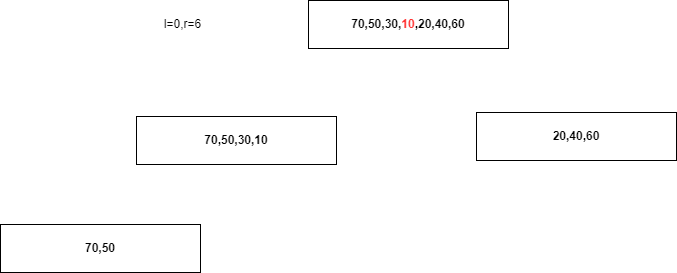
Before: 归并算法.drawio.png, a diagram exported from draw.io (wjb0823/drawio). Source tidied: cells renumbered, new cells last; positions are measured from the earlier drawing's top-left corner, leaving out a move shared by most shapes.
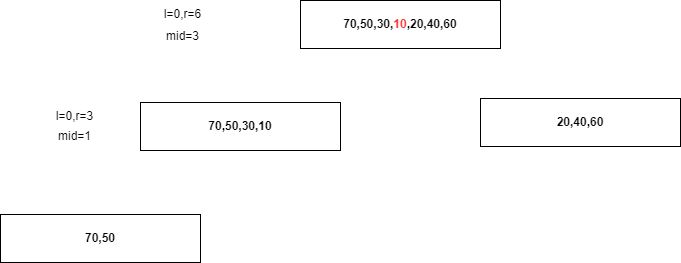
The same diagram one commit later.

Commit message:
更新归并算法.drawio.png

Diff of the diagram source:
```diff
@@ -3,13 +3,13 @@
     <mxCell id="0" />
     <mxCell id="1" parent="0" />
     <mxCell id="2" value="&lt;b&gt;70,50,30,&lt;font color=&quot;#ff3333&quot;&gt;10&lt;/font&gt;,20,40,60&lt;/b&gt;" style="rounded=0;whiteSpace=wrap;html=1;" parent="1" vertex="1">
-      <mxGeometry x="308" width="200" height="48" as="geometry" />
+      <mxGeometry x="300" y="10" width="200" height="48" as="geometry" />
     </mxCell>
     <mxCell id="3" value="&lt;b&gt;20,40,60&lt;/b&gt;" style="rounded=0;whiteSpace=wrap;html=1;" parent="1" vertex="1">
-      <mxGeometry x="476" y="112" width="200" height="48" as="geometry" />
+      <mxGeometry x="480" y="108" width="200" height="48" as="geometry" />
     </mxCell>
     <mxCell id="4" value="&lt;b&gt;70,50,30,10&lt;/b&gt;" style="rounded=0;whiteSpace=wrap;html=1;" parent="1" vertex="1">
-      <mxGeometry x="136" y="116" width="200" height="48" as="geometry" />
+      <mxGeometry x="140" y="112" width="200" height="48" as="geometry" />
     </mxCell>
     <mxCell id="5" value="&lt;b&gt;70,50&lt;/b&gt;" style="rounded=0;whiteSpace=wrap;html=1;" parent="1" vertex="1">
       <mxGeometry y="224" width="200" height="48" as="geometry" />
@@ -17,5 +17,14 @@
     <mxCell id="6" value="l=0,r=6" style="text;html=1;align=center;verticalAlign=middle;strokeColor=none;fillColor=none;" parent="1" vertex="1">
       <mxGeometry x="152" y="10" width="60" height="28" as="geometry" />
     </mxCell>
+    <mxCell id="7" value="mid=3" style="text;html=1;align=center;verticalAlign=middle;strokeColor=none;fillColor=none;" parent="1" vertex="1">
+      <mxGeometry x="154" y="32" width="56" height="28" as="geometry" />
+    </mxCell>
+    <mxCell id="8" value="l=0,r=3" style="text;html=1;align=center;verticalAlign=middle;strokeColor=none;fillColor=none;" parent="1" vertex="1">
+      <mxGeometry x="44" y="112" width="60" height="28" as="geometry" />
+    </mxCell>
+    <mxCell id="9" value="mid=1" style="text;html=1;align=center;verticalAlign=middle;strokeColor=none;fillColor=none;" parent="1" vertex="1">
+      <mxGeometry x="46" y="132" width="56" height="28" as="geometry" />
+    </mxCell>
   </root>
 </mxGraphModel>
```
